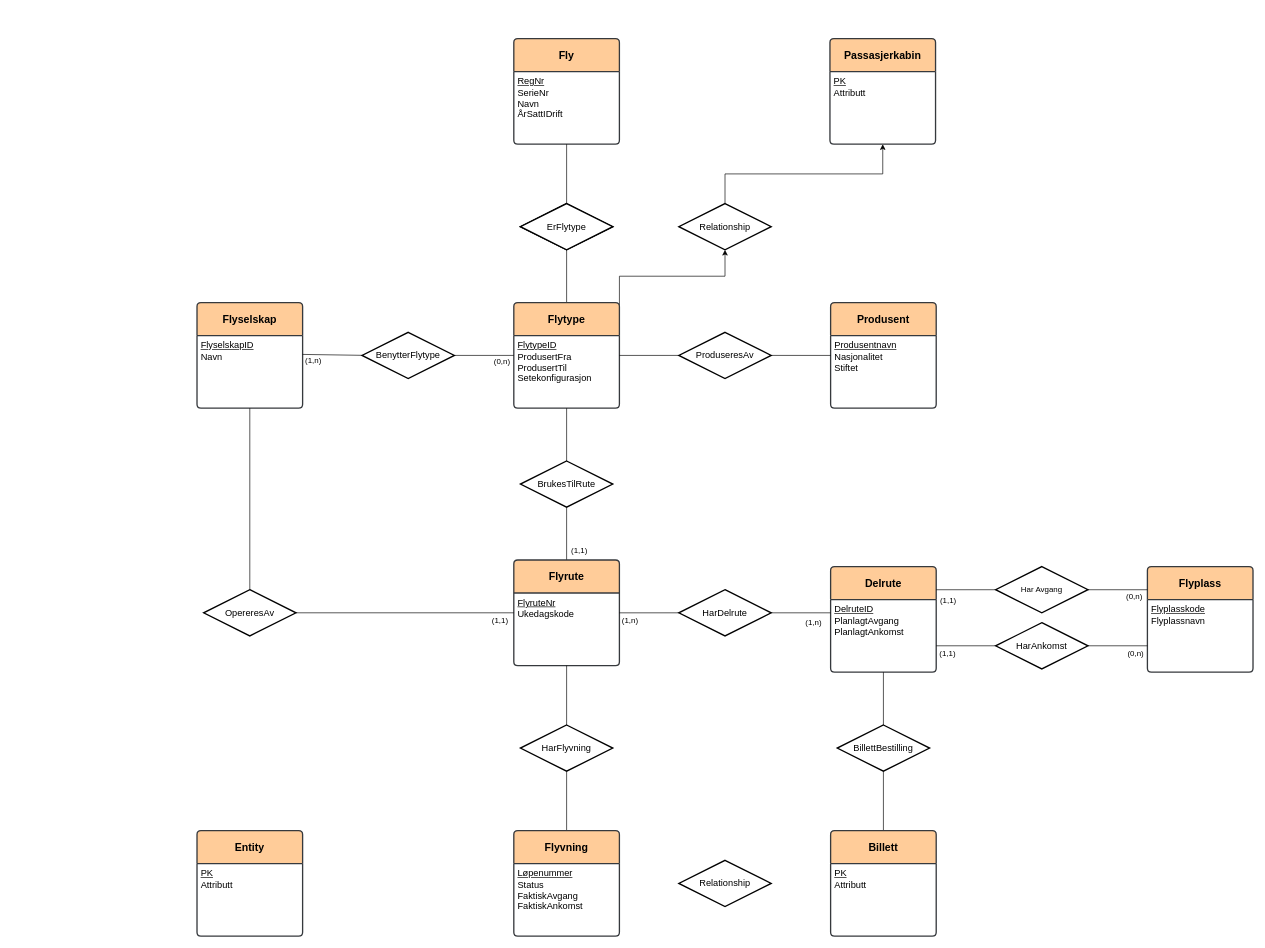
The draw.io diagram ER-modell_2.drawio in EinarJohannes/TDT4145_project, before the edit. Source tidied: cells renumbered, new cells numbered last; positions are measured from the earlier drawing's top-left corner, leaving out a move shared by most shapes. Both pictures are drawn from the tidied source at 66%, with x=0, y=0 at pixel (197, 38).
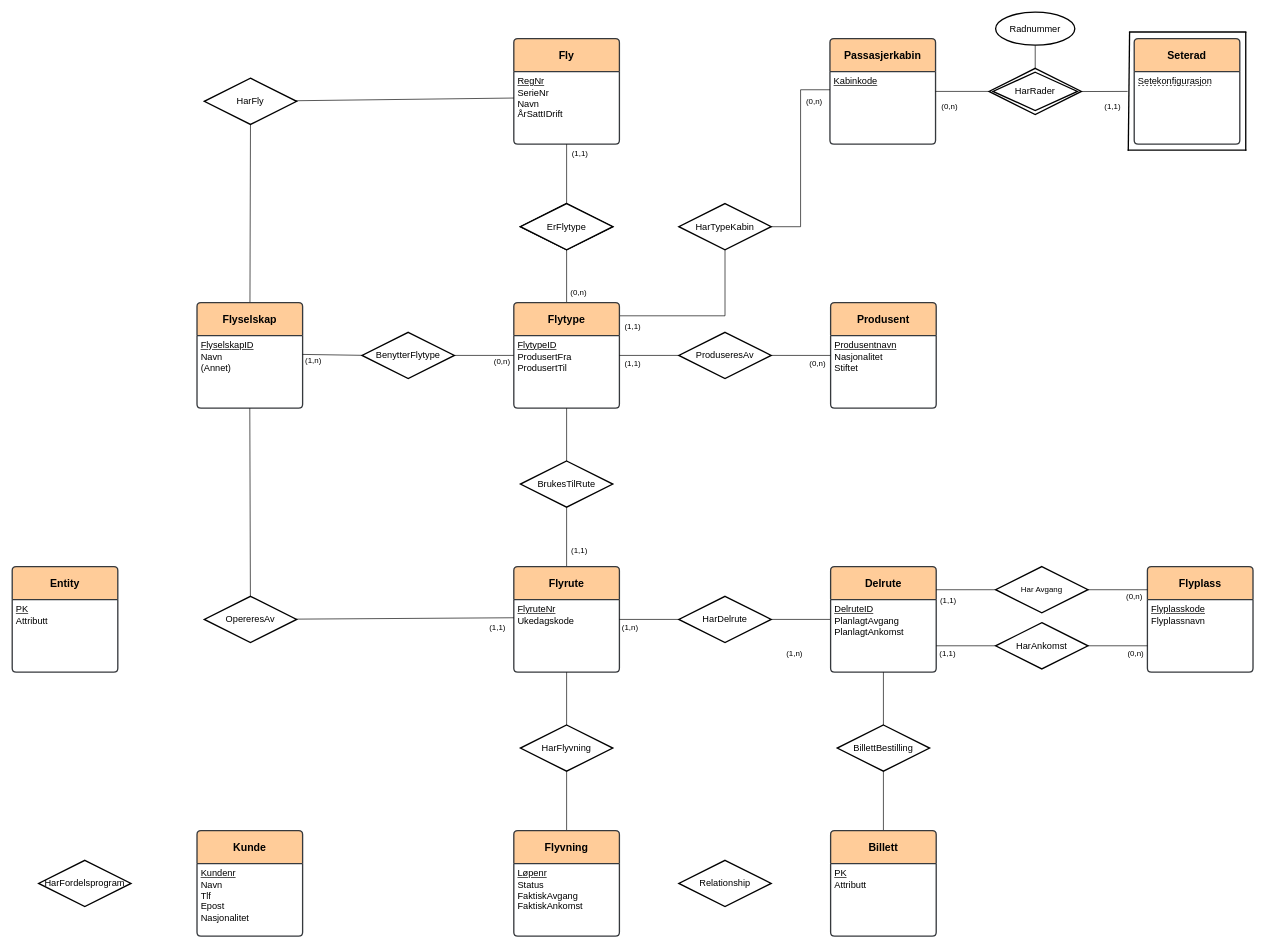
Above is the later version.

Commit message:
Jobbet med ER modellen

The change refers to these unchanged cells:
```xml
<mxCell id="2" value="&lt;font style=&quot;font-size: 16px;&quot;&gt;&lt;b style=&quot;&quot;&gt;Flyselskap&lt;/b&gt;&lt;/font&gt;" style="swimlane;horizontal=1;startSize=50;rounded=1;fontSize=14;fontStyle=0;strokeWidth=2;shadow=0;dashed=0;align=center;arcSize=4;whiteSpace=wrap;html=1;fillColor=#ffcc99;strokeColor=#36393d;" parent="1" vertex="1">
  <mxGeometry y="400" width="160" height="160" as="geometry" />
</mxCell>
<mxCell id="6" value="&lt;font style=&quot;font-size: 16px;&quot;&gt;&lt;b style=&quot;&quot;&gt;Flytype&lt;/b&gt;&lt;/font&gt;" style="swimlane;horizontal=1;startSize=50;rounded=1;fontSize=14;fontStyle=0;strokeWidth=2;shadow=0;dashed=0;align=center;arcSize=4;whiteSpace=wrap;html=1;fillColor=#ffcc99;strokeColor=#36393d;" parent="1" vertex="1">
  <mxGeometry x="480" y="400" width="160" height="160" as="geometry" />
</mxCell>
<mxCell id="12" value="&lt;div style=&quot;&quot;&gt;&lt;span style=&quot;font-size: 14px;&quot;&gt;&lt;u&gt;RegNr&lt;/u&gt;&lt;/span&gt;&lt;/div&gt;&lt;div style=&quot;&quot;&gt;&lt;span style=&quot;font-size: 14px;&quot;&gt;SerieNr&lt;/span&gt;&lt;/div&gt;&lt;div style=&quot;&quot;&gt;&lt;span style=&quot;font-size: 14px;&quot;&gt;Navn&lt;/span&gt;&lt;/div&gt;&lt;div style=&quot;&quot;&gt;&lt;span style=&quot;font-size: 14px;&quot;&gt;ÅrSattIDrift&lt;/span&gt;&lt;/div&gt;" style="align=left;strokeColor=none;fillColor=none;spacingLeft=4;fontSize=12;verticalAlign=top;html=1;" parent="11" vertex="1">
  <mxGeometry y="50" width="160" height="110" as="geometry" />
</mxCell>
<mxCell id="25" value="&lt;div style=&quot;&quot;&gt;&lt;span style=&quot;font-size: 14px;&quot;&gt;&lt;u&gt;FlyruteNr&lt;/u&gt;&lt;/span&gt;&lt;/div&gt;&lt;div style=&quot;&quot;&gt;&lt;span style=&quot;font-size: 14px;&quot;&gt;Ukedagskode&lt;/span&gt;&lt;/div&gt;" style="align=left;strokeColor=none;fillColor=none;spacingLeft=4;fontSize=12;verticalAlign=top;html=1;" parent="24" vertex="1">
  <mxGeometry y="50" width="160" height="110" as="geometry" />
</mxCell>
<mxCell id="27" value="&lt;font style=&quot;font-size: 16px;&quot;&gt;&lt;b style=&quot;&quot;&gt;Delrute&lt;/b&gt;&lt;/font&gt;" style="swimlane;horizontal=1;startSize=50;rounded=1;fontSize=14;fontStyle=0;strokeWidth=2;shadow=0;dashed=0;align=center;arcSize=4;whiteSpace=wrap;html=1;fillColor=#ffcc99;strokeColor=#36393d;" parent="1" vertex="1">
  <mxGeometry x="960" y="800" width="160" height="160" as="geometry" />
</mxCell>
<mxCell id="28" value="&lt;div style=&quot;&quot;&gt;&lt;span style=&quot;font-size: 14px;&quot;&gt;&lt;u&gt;DelruteID&lt;/u&gt;&lt;/span&gt;&lt;/div&gt;&lt;div style=&quot;&quot;&gt;&lt;span style=&quot;font-size: 14px;&quot;&gt;PlanlagtAvgang&lt;/span&gt;&lt;/div&gt;&lt;div style=&quot;&quot;&gt;&lt;span style=&quot;font-size: 14px;&quot;&gt;PlanlagtAnkomst&lt;/span&gt;&lt;/div&gt;" style="align=left;strokeColor=none;fillColor=none;spacingLeft=4;fontSize=12;verticalAlign=top;html=1;" parent="27" vertex="1">
  <mxGeometry y="50" width="160" height="110" as="geometry" />
</mxCell>
<mxCell id="60" value="&lt;font style=&quot;font-size: 16px;&quot;&gt;&lt;b style=&quot;&quot;&gt;Flyvning&lt;/b&gt;&lt;/font&gt;" style="swimlane;horizontal=1;startSize=50;rounded=1;fontSize=14;fontStyle=0;strokeWidth=2;shadow=0;dashed=0;align=center;arcSize=4;whiteSpace=wrap;html=1;fillColor=#ffcc99;strokeColor=#36393d;" parent="1" vertex="1">
  <mxGeometry x="480" y="1200" width="160" height="160" as="geometry" />
</mxCell>
<mxCell id="64" value="&lt;font style=&quot;font-size: 16px;&quot;&gt;&lt;b style=&quot;&quot;&gt;Passasjerkabin&lt;/b&gt;&lt;/font&gt;" style="swimlane;horizontal=1;startSize=50;rounded=1;fontSize=14;fontStyle=0;strokeWidth=2;shadow=0;dashed=0;align=center;arcSize=4;whiteSpace=wrap;html=1;fillColor=#ffcc99;strokeColor=#36393d;" parent="1" vertex="1">
  <mxGeometry x="959" width="160" height="160" as="geometry" />
</mxCell>
```

What changed in the source:
```diff
@@
+    <mxCell id="69" style="edgeStyle=none;html=1;" parent="1" edge="1" source="86" target="84">
+      <mxGeometry relative="1" as="geometry" />
+    </mxCell>
+    <mxCell id="70" style="edgeStyle=none;html=1;entryX=0.5;entryY=1;entryDx=0;entryDy=0;endArrow=none;endFill=0;" parent="1" edge="1" source="2" target="96">
+      <mxGeometry relative="1" as="geometry" />
+    </mxCell>
@@
-    <mxCell id="3" value="&lt;div style=&quot;&quot;&gt;&lt;span style=&quot;font-size: 14px;&quot;&gt;&lt;u&gt;FlyselskapID&lt;/u&gt;&lt;/span&gt;&lt;/div&gt;&lt;div style=&quot;&quot;&gt;&lt;span style=&quot;font-size: 14px;&quot;&gt;Navn&lt;/span&gt;&lt;/div&gt;" style="align=left;strokeColor=none;fillColor=none;spacingLeft=4;fontSize=12;verticalAlign=top;html=1;" parent="2" vertex="1">
+    <mxCell id="3" value="&lt;div style=&quot;&quot;&gt;&lt;span style=&quot;font-size: 14px;&quot;&gt;&lt;u&gt;FlyselskapID&lt;/u&gt;&lt;/span&gt;&lt;/div&gt;&lt;div style=&quot;&quot;&gt;&lt;span style=&quot;font-size: 14px;&quot;&gt;Navn&lt;/span&gt;&lt;/div&gt;&lt;div style=&quot;&quot;&gt;&lt;span style=&quot;font-size: 14px;&quot;&gt;(Annet)&lt;/span&gt;&lt;/div&gt;" style="align=left;strokeColor=none;fillColor=none;spacingLeft=4;fontSize=12;verticalAlign=top;html=1;" parent="2" vertex="1">
       <mxGeometry y="50" width="160" height="110" as="geometry" />
     </mxCell>
@@
-    <mxCell id="5" style="edgeStyle=orthogonalEdgeStyle;html=1;exitX=1;exitY=0.25;exitDx=0;exitDy=0;entryX=0.5;entryY=1;entryDx=0;entryDy=0;rounded=0;curved=0;" parent="1" edge="1" source="6" target="67">
+    <mxCell id="5" style="edgeStyle=orthogonalEdgeStyle;html=1;exitX=1;exitY=0.25;exitDx=0;exitDy=0;entryX=0.5;entryY=1;entryDx=0;entryDy=0;rounded=0;curved=0;endArrow=none;endFill=0;" parent="1" edge="1" source="6" target="67">
       <mxGeometry relative="1" as="geometry">
         <Array as="points">
-          <mxPoint x="640" y="360" />
-          <mxPoint x="800" y="360" />
+          <mxPoint x="640" y="420" />
+          <mxPoint x="800" y="420" />
         </Array>
       </mxGeometry>
     </mxCell>
@@
-    <mxCell id="7" value="&lt;div style=&quot;&quot;&gt;&lt;span style=&quot;background-color: transparent;&quot;&gt;&lt;u style=&quot;&quot;&gt;&lt;font style=&quot;font-size: 14px;&quot;&gt;FlytypeID&lt;/font&gt;&lt;/u&gt;&lt;/span&gt;&lt;/div&gt;&lt;div style=&quot;&quot;&gt;&lt;font style=&quot;font-size: 14px;&quot;&gt;ProdusertFra&lt;/font&gt;&lt;/div&gt;&lt;div style=&quot;&quot;&gt;&lt;font style=&quot;font-size: 14px;&quot;&gt;ProdusertTil&lt;/font&gt;&lt;/div&gt;&lt;div style=&quot;&quot;&gt;&lt;font style=&quot;font-size: 14px;&quot;&gt;Setekonfigurasjon&lt;/font&gt;&lt;/div&gt;" style="align=left;strokeColor=none;fillColor=none;spacingLeft=4;fontSize=12;verticalAlign=top;html=1;" parent="6" vertex="1">
+    <mxCell id="7" value="&lt;div style=&quot;&quot;&gt;&lt;span style=&quot;background-color: transparent;&quot;&gt;&lt;u style=&quot;&quot;&gt;&lt;font style=&quot;font-size: 14px;&quot;&gt;FlytypeID&lt;/font&gt;&lt;/u&gt;&lt;/span&gt;&lt;/div&gt;&lt;div style=&quot;&quot;&gt;&lt;font style=&quot;font-size: 14px;&quot;&gt;ProdusertFra&lt;/font&gt;&lt;/div&gt;&lt;div style=&quot;&quot;&gt;&lt;font style=&quot;font-size: 14px;&quot;&gt;ProdusertTil&lt;/font&gt;&lt;/div&gt;" style="align=left;strokeColor=none;fillColor=none;spacingLeft=4;fontSize=12;verticalAlign=top;html=1;" parent="6" vertex="1">
       <mxGeometry y="50" width="160" height="110" as="geometry" />
     </mxCell>
@@
     <mxCell id="24" value="&lt;font style=&quot;font-size: 16px;&quot;&gt;&lt;b style=&quot;&quot;&gt;Flyrute&lt;/b&gt;&lt;/font&gt;" style="swimlane;horizontal=1;startSize=50;rounded=1;fontSize=14;fontStyle=0;strokeWidth=2;shadow=0;dashed=0;align=center;arcSize=4;whiteSpace=wrap;html=1;fillColor=#ffcc99;strokeColor=#36393d;" parent="1" vertex="1">
-      <mxGeometry x="480" y="790" width="160" height="160" as="geometry" />
+      <mxGeometry x="480" y="800" width="160" height="160" as="geometry" />
     </mxCell>
@@
+    <mxCell id="71" style="edgeStyle=none;html=1;entryX=0;entryY=0.5;entryDx=0;entryDy=0;endArrow=none;endFill=0;" parent="1" edge="1" source="26" target="27">
+      <mxGeometry relative="1" as="geometry" />
+    </mxCell>
     <mxCell id="26" value="&lt;font style=&quot;font-size: 14px;&quot;&gt;HarDelrute&lt;/font&gt;" style="shape=rhombus;perimeter=rhombusPerimeter;whiteSpace=wrap;html=1;align=center;strokeWidth=2;" parent="1" vertex="1">
-      <mxGeometry x="730" y="835" width="140" height="70" as="geometry" />
+      <mxGeometry x="730" y="845" width="140" height="70" as="geometry" />
     </mxCell>
@@
-    <mxCell id="30" style="edgeStyle=none;html=1;entryX=0;entryY=0.182;entryDx=0;entryDy=0;entryPerimeter=0;endArrow=none;endFill=0;" parent="1" edge="1" source="26" target="28">
-      <mxGeometry relative="1" as="geometry" />
-    </mxCell>
@@
-    <mxCell id="40" style="edgeStyle=none;html=1;entryX=0;entryY=0.5;entryDx=0;entryDy=0;endArrow=none;endFill=0;" parent="1" edge="1" source="41" target="24">
-      <mxGeometry relative="1" as="geometry" />
-    </mxCell>
+    <mxCell id="72" style="edgeStyle=none;html=1;entryX=0;entryY=0.25;entryDx=0;entryDy=0;endArrow=none;endFill=0;" parent="1" edge="1" source="41" target="25">
+      <mxGeometry relative="1" as="geometry" />
+    </mxCell>
     <mxCell id="41" value="&lt;font style=&quot;font-size: 14px;&quot;&gt;OpereresAv&lt;/font&gt;" style="shape=rhombus;perimeter=rhombusPerimeter;whiteSpace=wrap;html=1;align=center;strokeWidth=2;" parent="1" vertex="1">
-      <mxGeometry x="10" y="835" width="140" height="70" as="geometry" />
+      <mxGeometry x="11" y="845" width="140" height="70" as="geometry" />
     </mxCell>
@@
     <mxCell id="45" value="(1,1)" style="text;html=1;align=center;verticalAlign=middle;strokeColor=none;fillColor=none;" parent="1" vertex="1">
-      <mxGeometry x="434" y="867" width="50" height="30" as="geometry" />
+      <mxGeometry x="430" y="878" width="50" height="30" as="geometry" />
     </mxCell>
     <mxCell id="46" value="(1,n)" style="text;html=1;align=center;verticalAlign=middle;strokeColor=none;fillColor=none;" parent="1" vertex="1">
-      <mxGeometry x="631" y="867" width="50" height="30" as="geometry" />
+      <mxGeometry x="631" y="878" width="50" height="30" as="geometry" />
     </mxCell>
     <mxCell id="47" value="(1,n)" style="text;html=1;align=center;verticalAlign=middle;strokeColor=none;fillColor=none;" parent="1" vertex="1">
-      <mxGeometry x="909" y="870" width="50" height="30" as="geometry" />
+      <mxGeometry x="880" y="917" width="50" height="30" as="geometry" />
     </mxCell>
@@
-    <mxCell id="61" value="&lt;div style=&quot;&quot;&gt;&lt;span style=&quot;font-size: 14px;&quot;&gt;&lt;u&gt;Løpenummer&lt;/u&gt;&lt;/span&gt;&lt;/div&gt;&lt;div style=&quot;&quot;&gt;&lt;span style=&quot;font-size: 14px;&quot;&gt;Status&lt;/span&gt;&lt;/div&gt;&lt;div style=&quot;&quot;&gt;&lt;span style=&quot;font-size: 14px;&quot;&gt;FaktiskAvgang&lt;/span&gt;&lt;/div&gt;&lt;div style=&quot;&quot;&gt;&lt;span style=&quot;font-size: 14px;&quot;&gt;FaktiskAnkomst&lt;/span&gt;&lt;/div&gt;" style="align=left;strokeColor=none;fillColor=none;spacingLeft=4;fontSize=12;verticalAlign=top;html=1;" parent="60" vertex="1">
+    <mxCell id="61" value="&lt;div style=&quot;&quot;&gt;&lt;span style=&quot;font-size: 14px;&quot;&gt;&lt;u&gt;Løpenr&lt;/u&gt;&lt;/span&gt;&lt;/div&gt;&lt;div style=&quot;&quot;&gt;&lt;span style=&quot;font-size: 14px;&quot;&gt;Status&lt;/span&gt;&lt;/div&gt;&lt;div style=&quot;&quot;&gt;&lt;span style=&quot;font-size: 14px;&quot;&gt;FaktiskAvgang&lt;/span&gt;&lt;/div&gt;&lt;div style=&quot;&quot;&gt;&lt;span style=&quot;font-size: 14px;&quot;&gt;FaktiskAnkomst&lt;/span&gt;&lt;/div&gt;" style="align=left;strokeColor=none;fillColor=none;spacingLeft=4;fontSize=12;verticalAlign=top;html=1;" parent="60" vertex="1">
       <mxGeometry y="50" width="160" height="110" as="geometry" />
     </mxCell>
-    <mxCell id="62" value="&lt;font style=&quot;font-size: 16px;&quot;&gt;&lt;b style=&quot;&quot;&gt;Entity&lt;/b&gt;&lt;/font&gt;" style="swimlane;horizontal=1;startSize=50;rounded=1;fontSize=14;fontStyle=0;strokeWidth=2;shadow=0;dashed=0;align=center;arcSize=4;whiteSpace=wrap;html=1;fillColor=#ffcc99;strokeColor=#36393d;" parent="1" vertex="1">
+    <mxCell id="62" value="&lt;font style=&quot;font-size: 16px;&quot;&gt;&lt;b style=&quot;&quot;&gt;Kunde&lt;/b&gt;&lt;/font&gt;" style="swimlane;horizontal=1;startSize=50;rounded=1;fontSize=14;fontStyle=0;strokeWidth=2;shadow=0;dashed=0;align=center;arcSize=4;whiteSpace=wrap;html=1;fillColor=#ffcc99;strokeColor=#36393d;" parent="1" vertex="1">
       <mxGeometry y="1200" width="160" height="160" as="geometry" />
     </mxCell>
-    <mxCell id="63" value="&lt;div style=&quot;&quot;&gt;&lt;u style=&quot;background-color: transparent;&quot;&gt;&lt;font style=&quot;font-size: 14px;&quot;&gt;PK&lt;/font&gt;&lt;/u&gt;&lt;/div&gt;&lt;div style=&quot;&quot;&gt;&lt;font style=&quot;font-size: 14px;&quot;&gt;Attributt&lt;/font&gt;&lt;/div&gt;" style="align=left;strokeColor=none;fillColor=none;spacingLeft=4;fontSize=12;verticalAlign=top;html=1;" parent="62" vertex="1">
+    <mxCell id="63" value="&lt;div style=&quot;&quot;&gt;&lt;span style=&quot;font-size: 14px;&quot;&gt;&lt;u&gt;Kundenr&lt;/u&gt;&lt;/span&gt;&lt;/div&gt;&lt;div style=&quot;&quot;&gt;&lt;span style=&quot;font-size: 14px;&quot;&gt;Navn&lt;/span&gt;&lt;/div&gt;&lt;div style=&quot;&quot;&gt;&lt;span style=&quot;font-size: 14px;&quot;&gt;Tlf&lt;/span&gt;&lt;/div&gt;&lt;div style=&quot;&quot;&gt;&lt;span style=&quot;font-size: 14px;&quot;&gt;Epost&lt;/span&gt;&lt;/div&gt;&lt;div style=&quot;&quot;&gt;&lt;span style=&quot;font-size: 14px;&quot;&gt;Nasjonalitet&lt;/span&gt;&lt;/div&gt;" style="align=left;strokeColor=none;fillColor=none;spacingLeft=4;fontSize=12;verticalAlign=top;html=1;" parent="62" vertex="1">
       <mxGeometry y="50" width="160" height="110" as="geometry" />
     </mxCell>
@@
-    <mxCell id="65" value="&lt;div style=&quot;&quot;&gt;&lt;u style=&quot;background-color: transparent;&quot;&gt;&lt;font style=&quot;font-size: 14px;&quot;&gt;PK&lt;/font&gt;&lt;/u&gt;&lt;/div&gt;&lt;div style=&quot;&quot;&gt;&lt;font style=&quot;font-size: 14px;&quot;&gt;Attributt&lt;/font&gt;&lt;/div&gt;" style="align=left;strokeColor=none;fillColor=none;spacingLeft=4;fontSize=12;verticalAlign=top;html=1;" parent="64" vertex="1">
+    <mxCell id="65" value="&lt;div style=&quot;&quot;&gt;&lt;span style=&quot;font-size: 14px;&quot;&gt;&lt;u&gt;Kabinkode&lt;/u&gt;&lt;/span&gt;&lt;/div&gt;" style="align=left;strokeColor=none;fillColor=none;spacingLeft=4;fontSize=12;verticalAlign=top;html=1;" parent="64" vertex="1">
       <mxGeometry y="50" width="160" height="110" as="geometry" />
     </mxCell>
-    <mxCell id="66" style="edgeStyle=orthogonalEdgeStyle;html=1;exitX=0.5;exitY=0;exitDx=0;exitDy=0;entryX=0.5;entryY=1;entryDx=0;entryDy=0;rounded=0;curved=0;" parent="1" edge="1" source="67" target="65">
+    <mxCell id="66" style="edgeStyle=orthogonalEdgeStyle;html=1;entryX=0;entryY=0.25;entryDx=0;entryDy=0;rounded=0;curved=0;endArrow=none;endFill=0;" parent="1" edge="1" source="67" target="65">
       <mxGeometry relative="1" as="geometry" />
     </mxCell>
-    <mxCell id="67" value="&lt;font style=&quot;font-size: 14px;&quot;&gt;Relationship&lt;/font&gt;" style="shape=rhombus;perimeter=rhombusPerimeter;whiteSpace=wrap;html=1;align=center;strokeWidth=2;" parent="1" vertex="1">
+    <mxCell id="67" value="&lt;font style=&quot;font-size: 14px;&quot;&gt;HarTypeKabin&lt;/font&gt;" style="shape=rhombus;perimeter=rhombusPerimeter;whiteSpace=wrap;html=1;align=center;strokeWidth=2;" parent="1" vertex="1">
       <mxGeometry x="730" y="250" width="140" height="70" as="geometry" />
     </mxCell>
@@
+    <mxCell id="73" value="&lt;font style=&quot;font-size: 14px;&quot;&gt;HarFordelsprogram&lt;/font&gt;" style="shape=rhombus;perimeter=rhombusPerimeter;whiteSpace=wrap;html=1;align=center;strokeWidth=2;" parent="1" vertex="1">
+      <mxGeometry x="-240" y="1245" width="140" height="70" as="geometry" />
+    </mxCell>
+    <mxCell id="74" value="&lt;font style=&quot;font-size: 16px;&quot;&gt;&lt;b style=&quot;&quot;&gt;Entity&lt;/b&gt;&lt;/font&gt;" style="swimlane;horizontal=1;startSize=50;rounded=1;fontSize=14;fontStyle=0;strokeWidth=2;shadow=0;dashed=0;align=center;arcSize=4;whiteSpace=wrap;html=1;fillColor=#ffcc99;strokeColor=#36393d;" parent="1" vertex="1">
+      <mxGeometry x="-280" y="800" width="160" height="160" as="geometry" />
+    </mxCell>
+    <mxCell id="75" value="&lt;div style=&quot;&quot;&gt;&lt;u style=&quot;background-color: transparent;&quot;&gt;&lt;font style=&quot;font-size: 14px;&quot;&gt;PK&lt;/font&gt;&lt;/u&gt;&lt;/div&gt;&lt;div style=&quot;&quot;&gt;&lt;font style=&quot;font-size: 14px;&quot;&gt;Attributt&lt;/font&gt;&lt;/div&gt;" style="align=left;strokeColor=none;fillColor=none;spacingLeft=4;fontSize=12;verticalAlign=top;html=1;" parent="74" vertex="1">
+      <mxGeometry y="50" width="160" height="110" as="geometry" />
+    </mxCell>
+    <mxCell id="76" value="(1,1)" style="text;html=1;align=center;verticalAlign=middle;strokeColor=none;fillColor=none;" parent="1" vertex="1">
+      <mxGeometry x="635" y="478" width="50" height="30" as="geometry" />
+    </mxCell>
+    <mxCell id="77" value="(0,n)" style="text;html=1;align=center;verticalAlign=middle;strokeColor=none;fillColor=none;" parent="1" vertex="1">
+      <mxGeometry x="915" y="478" width="50" height="30" as="geometry" />
+    </mxCell>
+    <mxCell id="78" value="(1,1)" style="text;html=1;align=center;verticalAlign=middle;strokeColor=none;fillColor=none;" parent="1" vertex="1">
+      <mxGeometry x="635" y="422" width="50" height="30" as="geometry" />
+    </mxCell>
+    <mxCell id="79" value="(0,n)" style="text;html=1;align=center;verticalAlign=middle;strokeColor=none;fillColor=none;" parent="1" vertex="1">
+      <mxGeometry x="910" y="80" width="50" height="30" as="geometry" />
+    </mxCell>
+    <mxCell id="80" value="(0,n)" style="text;html=1;align=center;verticalAlign=middle;strokeColor=none;fillColor=none;" parent="1" vertex="1">
+      <mxGeometry x="553" y="370" width="50" height="30" as="geometry" />
+    </mxCell>
+    <mxCell id="81" value="(1,1)" style="text;html=1;align=center;verticalAlign=middle;strokeColor=none;fillColor=none;" parent="1" vertex="1">
+      <mxGeometry x="555" y="159" width="50" height="30" as="geometry" />
+    </mxCell>
+    <mxCell id="82" style="edgeStyle=none;html=1;entryX=1;entryY=0.5;entryDx=0;entryDy=0;endArrow=none;endFill=0;" parent="1" edge="1" target="64">
+      <mxGeometry relative="1" as="geometry">
+        <mxPoint x="1200" y="80" as="sourcePoint" />
+      </mxGeometry>
+    </mxCell>
+    <mxCell id="83" style="edgeStyle=none;html=1;entryX=0.5;entryY=1;entryDx=0;entryDy=0;endArrow=none;endFill=0;" parent="1" edge="1" target="90">
+      <mxGeometry relative="1" as="geometry">
+        <mxPoint x="1270" y="45" as="sourcePoint" />
+      </mxGeometry>
+    </mxCell>
+    <mxCell id="84" value="&lt;span style=&quot;font-size: 16px;&quot;&gt;&lt;b&gt;Seterad&lt;/b&gt;&lt;/span&gt;" style="swimlane;horizontal=1;startSize=50;rounded=1;fontSize=14;fontStyle=0;strokeWidth=2;shadow=0;dashed=0;align=center;arcSize=4;whiteSpace=wrap;html=1;fillColor=#ffcc99;strokeColor=#36393d;" parent="1" vertex="1">
+      <mxGeometry x="1420" width="160" height="160" as="geometry" />
+    </mxCell>
+    <mxCell id="85" style="endArrow=none;dashed=1;html=1;" parent="84" edge="1">
+      <mxGeometry relative="1" as="geometry">
+        <mxPoint x="6" y="71.1" as="sourcePoint" />
+        <mxPoint x="116" y="71.1" as="targetPoint" />
+      </mxGeometry>
+    </mxCell>
+    <mxCell id="86" value="&lt;div&gt;&lt;font style=&quot;font-size: 14px;&quot;&gt;Setekonfigurasjon&lt;/font&gt;&lt;/div&gt;&lt;div&gt;&lt;br&gt;&lt;/div&gt;" style="align=left;strokeColor=none;fillColor=none;spacingLeft=4;fontSize=12;verticalAlign=top;html=1;" parent="84" vertex="1">
+      <mxGeometry y="50" width="160" height="110" as="geometry" />
+    </mxCell>
+    <mxCell id="87" style="edgeStyle=none;html=1;endArrow=none;endFill=0;" parent="1" edge="1">
+      <mxGeometry relative="1" as="geometry">
+        <mxPoint x="1339.7" y="80.2" as="sourcePoint" />
+        <mxPoint x="1410" y="80" as="targetPoint" />
+      </mxGeometry>
+    </mxCell>
+    <mxCell id="88" value="(0,n)" style="text;html=1;align=center;verticalAlign=middle;strokeColor=none;fillColor=none;" parent="1" vertex="1">
+      <mxGeometry x="1115" y="88" width="50" height="30" as="geometry" />
+    </mxCell>
+    <mxCell id="89" value="(1,1)" style="text;html=1;align=center;verticalAlign=middle;strokeColor=none;fillColor=none;" parent="1" vertex="1">
+      <mxGeometry x="1362" y="88" width="50" height="30" as="geometry" />
+    </mxCell>
+    <mxCell id="90" value="&lt;font style=&quot;font-size: 14px;&quot;&gt;Radnummer&lt;/font&gt;" style="ellipse;whiteSpace=wrap;html=1;align=center;strokeWidth=2;" parent="1" vertex="1">
+      <mxGeometry x="1210" y="-40" width="120" height="50" as="geometry" />
+    </mxCell>
+    <mxCell id="91" value="&lt;font style=&quot;font-size: 14px;&quot;&gt;HarRader&lt;/font&gt;" style="shape=rhombus;double=1;perimeter=rhombusPerimeter;whiteSpace=wrap;html=1;align=center;strokeWidth=2;perimeterSpacing=0;" parent="1" vertex="1">
+      <mxGeometry x="1200" y="45" width="140" height="70" as="geometry" />
+    </mxCell>
+    <mxCell id="92" style="endArrow=none;html=1;strokeWidth=2;" parent="1" edge="1">
+      <mxGeometry relative="1" as="geometry">
+        <mxPoint x="1590" y="169" as="sourcePoint" />
+        <mxPoint x="1410" y="169" as="targetPoint" />
+      </mxGeometry>
+    </mxCell>
+    <mxCell id="93" style="endArrow=none;html=1;strokeWidth=2;" parent="1" edge="1">
+      <mxGeometry relative="1" as="geometry">
+        <mxPoint x="1411" y="170" as="sourcePoint" />
+        <mxPoint x="1413" y="-10" as="targetPoint" />
+      </mxGeometry>
+    </mxCell>
+    <mxCell id="94" style="endArrow=none;html=1;strokeWidth=2;" parent="1" edge="1">
+      <mxGeometry relative="1" as="geometry">
+        <mxPoint x="1412" y="-10" as="sourcePoint" />
+        <mxPoint x="1590" y="-10" as="targetPoint" />
+      </mxGeometry>
+    </mxCell>
+    <mxCell id="95" style="endArrow=none;html=1;strokeWidth=2;" parent="1" edge="1">
+      <mxGeometry relative="1" as="geometry">
+        <mxPoint x="1589" y="170" as="sourcePoint" />
+        <mxPoint x="1589" y="-10" as="targetPoint" />
+      </mxGeometry>
+    </mxCell>
+    <mxCell id="96" value="&lt;span style=&quot;font-size: 14px;&quot;&gt;HarFly&lt;/span&gt;" style="shape=rhombus;perimeter=rhombusPerimeter;whiteSpace=wrap;html=1;align=center;strokeWidth=2;" parent="1" vertex="1">
+      <mxGeometry x="11" y="60" width="140" height="70" as="geometry" />
+    </mxCell>
+    <mxCell id="97" style="edgeStyle=none;html=1;entryX=0;entryY=0.364;entryDx=0;entryDy=0;entryPerimeter=0;endArrow=none;endFill=0;" parent="1" edge="1" source="96" target="12">
+      <mxGeometry relative="1" as="geometry" />
+    </mxCell>
```
